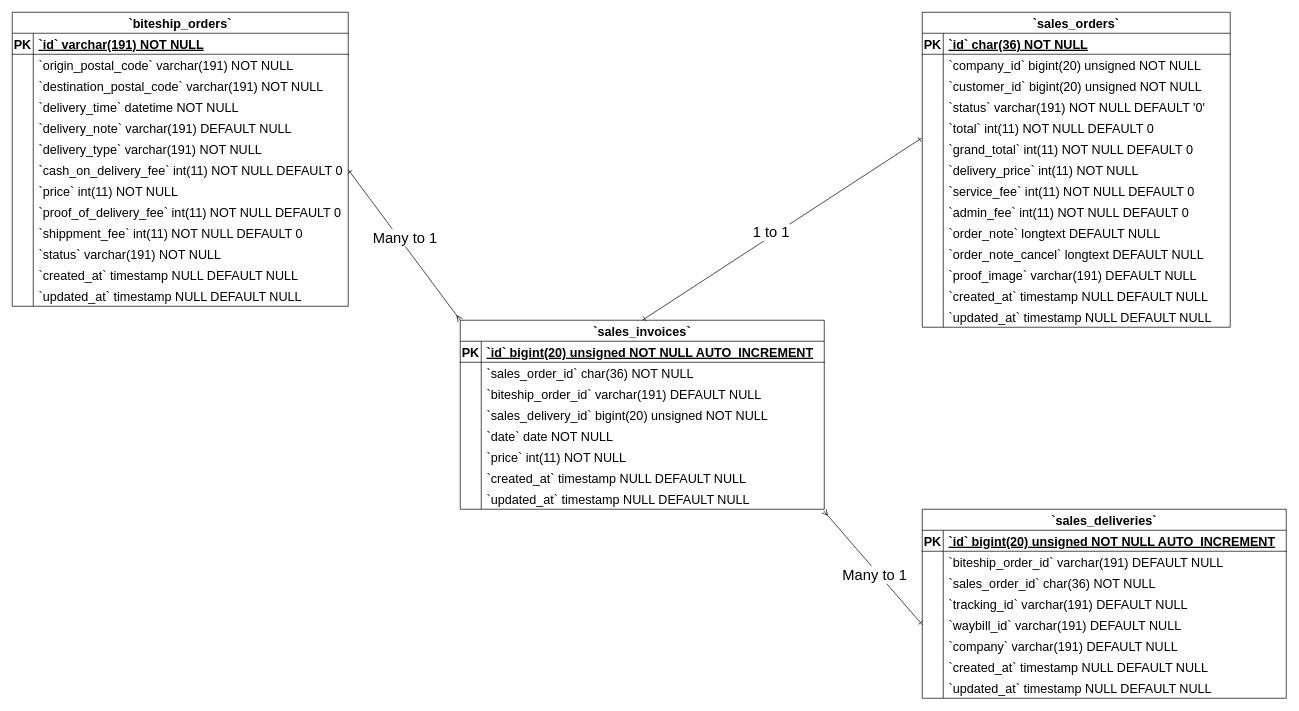
The draw.io diagram Sales Invoices ERD Diagram.drawio in Simasco/diagram, before the edit. Source tidied: cells renumbered, new cells numbered last; positions are measured from the earlier drawing's top-left corner, leaving out a move shared by most shapes. Both pictures are drawn from the tidied source at 70%, with x=0, y=0 at pixel (12, 12).
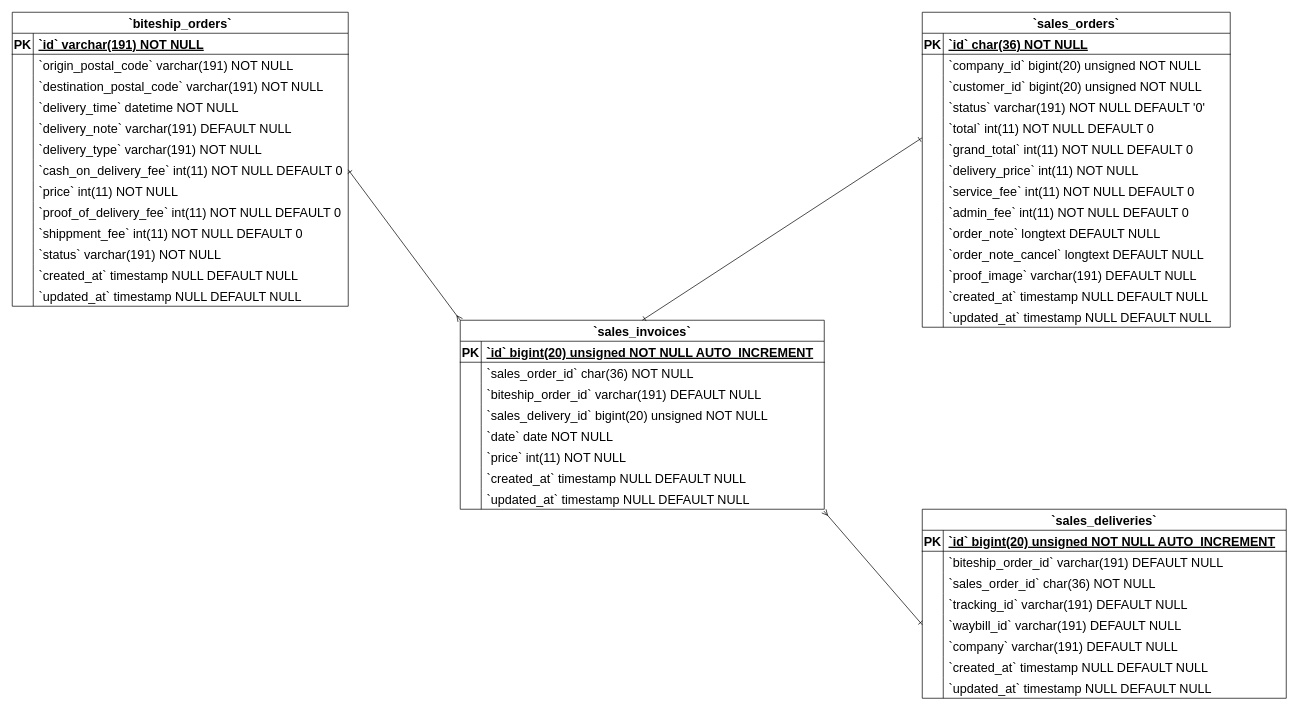
The same diagram, later.

Unchanged cells that the change refers to:
```xml
<mxCell id="135" style="fontSize=12;html=1;endArrow=ERone;startArrow=ERone;rounded=0;exitX=0.5;exitY=0;exitDx=0;exitDy=0;entryX=-0.001;entryY=-0.016;entryDx=0;entryDy=0;entryPerimeter=0;startFill=0;endFill=0;" parent="1" edge="1" source="42" target="108">
  <mxGeometry relative="1" as="geometry" />
</mxCell>
<mxCell id="137" style="fontSize=12;html=1;endArrow=ERmany;startArrow=ERone;rounded=0;exitX=1;exitY=0.5;exitDx=0;exitDy=0;entryX=0;entryY=0;entryDx=0;entryDy=0;startFill=0;endFill=0;" parent="1" edge="1" source="21" target="42">
  <mxGeometry relative="1" as="geometry" />
</mxCell>
<mxCell id="139" style="fontSize=12;html=1;endArrow=ERmany;startArrow=ERone;rounded=0;entryX=0.999;entryY=1.087;entryDx=0;entryDy=0;entryPerimeter=0;startFill=0;endFill=0;exitX=0;exitY=0.5;exitDx=0;exitDy=0;" parent="1" edge="1" source="80" target="64">
  <mxGeometry relative="1" as="geometry" />
</mxCell>
```

Change to the diagram source:
```diff
@@
-    <mxCell id="136" value="&lt;font style=&quot;font-size: 21px;&quot;&gt;1 to 1&lt;/font&gt;" style="edgeLabel;html=1;align=center;verticalAlign=middle;" parent="135" vertex="1">
-      <mxGeometry x="-0.07" y="6" relative="1" as="geometry">
-        <mxPoint x="1" as="offset" />
-      </mxGeometry>
-    </mxCell>
@@
-    <mxCell id="138" value="&lt;span style=&quot;font-size: 21px;&quot;&gt;Many to 1&lt;/span&gt;" style="edgeLabel;html=1;align=center;verticalAlign=middle;" parent="137" vertex="1">
-      <mxGeometry x="-0.07" y="6" relative="1" as="geometry">
-        <mxPoint x="1" as="offset" />
-      </mxGeometry>
-    </mxCell>
@@
-    <mxCell id="140" value="&lt;span style=&quot;font-size: 21px;&quot;&gt;Many to 1&lt;/span&gt;" style="edgeLabel;html=1;align=center;verticalAlign=middle;" parent="139" vertex="1">
-      <mxGeometry x="-0.07" y="6" relative="1" as="geometry">
-        <mxPoint x="1" as="offset" />
-      </mxGeometry>
-    </mxCell>
```
